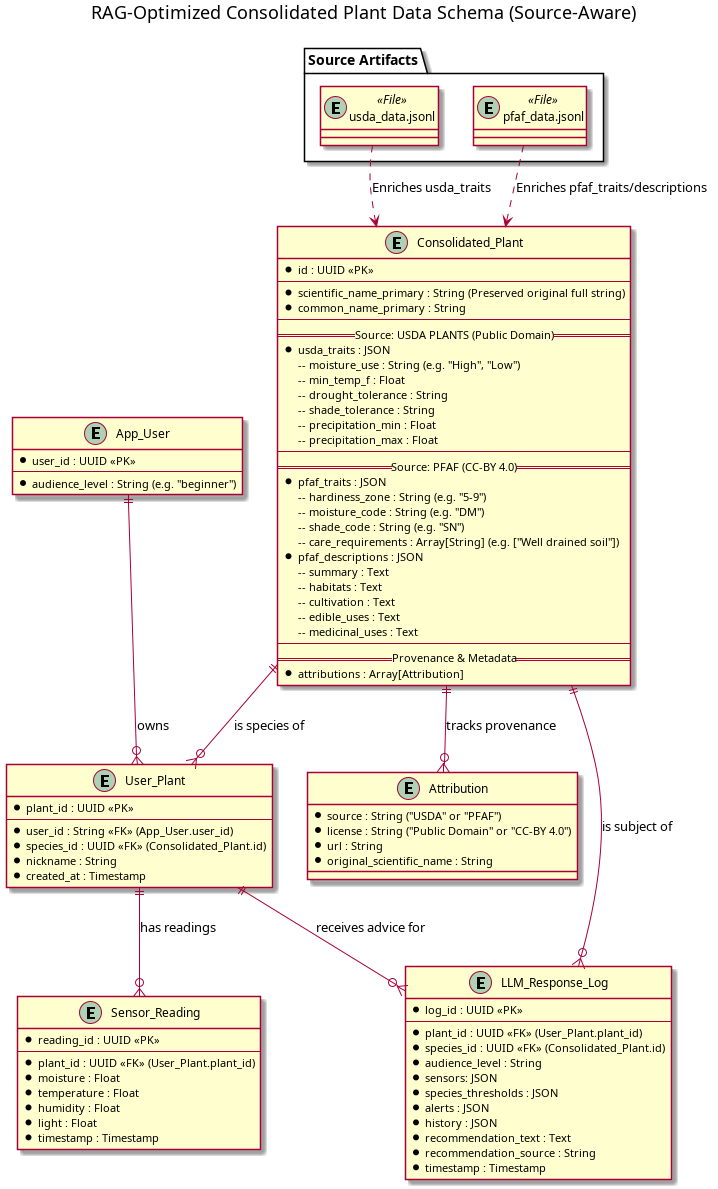
This is db/docs/consolidated_schema.png from actellim/plant-partner, a PlantUML export, as it was before one commit. Its source is kept beside it as db/docs/consolidated_schema.puml.
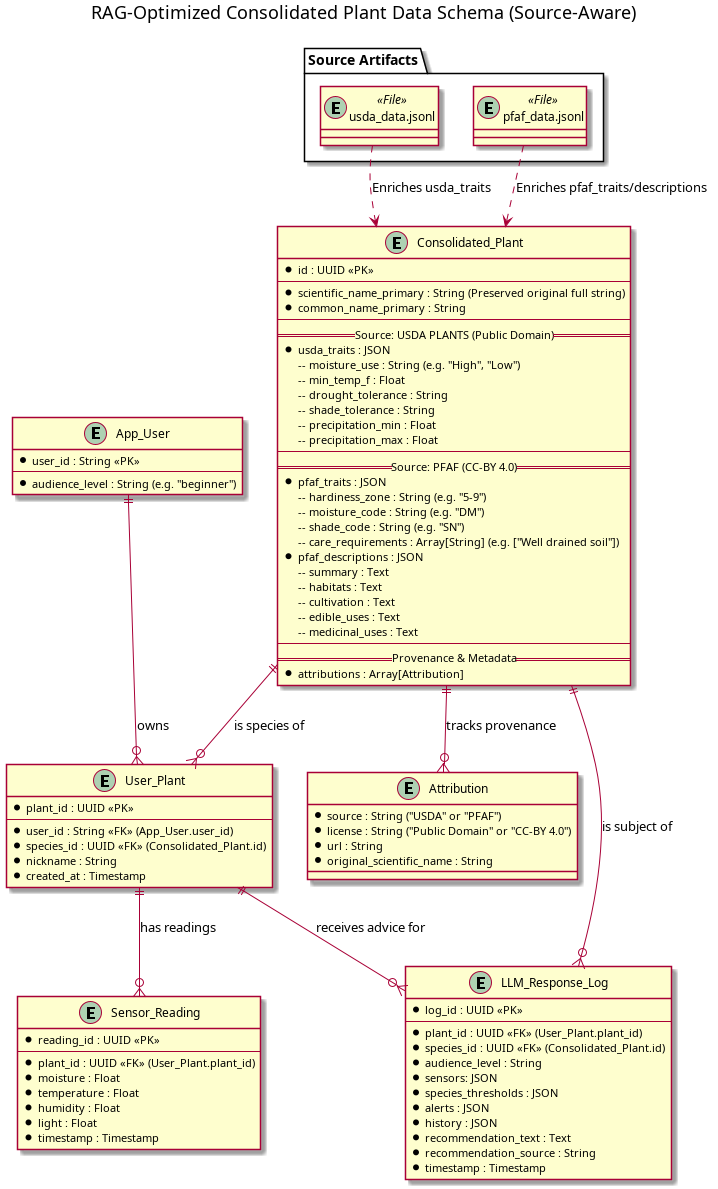
Above is the later version.

Commit message:
added slides updated schema

The edit, as a diff of the source:
```diff
@@ -74,7 +74,7 @@
 pfaf ..> plant : "Enriches pfaf_traits/descriptions"
 
 entity "App_User" as user {
-  * user_id : UUID <<PK>>
+  * user_id : String <<PK>>
   --
   * audience_level : String (e.g. "beginner")
 }
```
